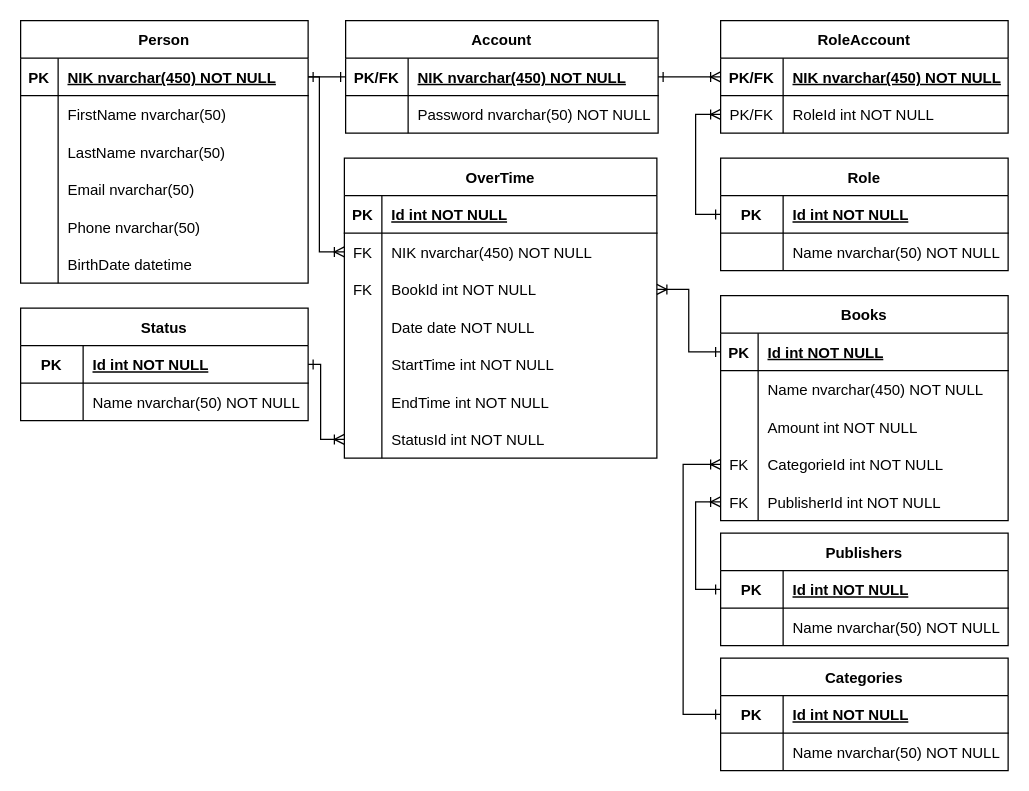
This is Untitled Diagram.drawio from Abror-1221/TestGitHub, a draw.io file, before an edit. Source tidied: cells renumbered, new cells numbered last; positions are measured from the earlier drawing's top-left corner, leaving out a move shared by most shapes. Both pictures are drawn from the tidied source at 125%, with x=0, y=0 at pixel (20, 20).
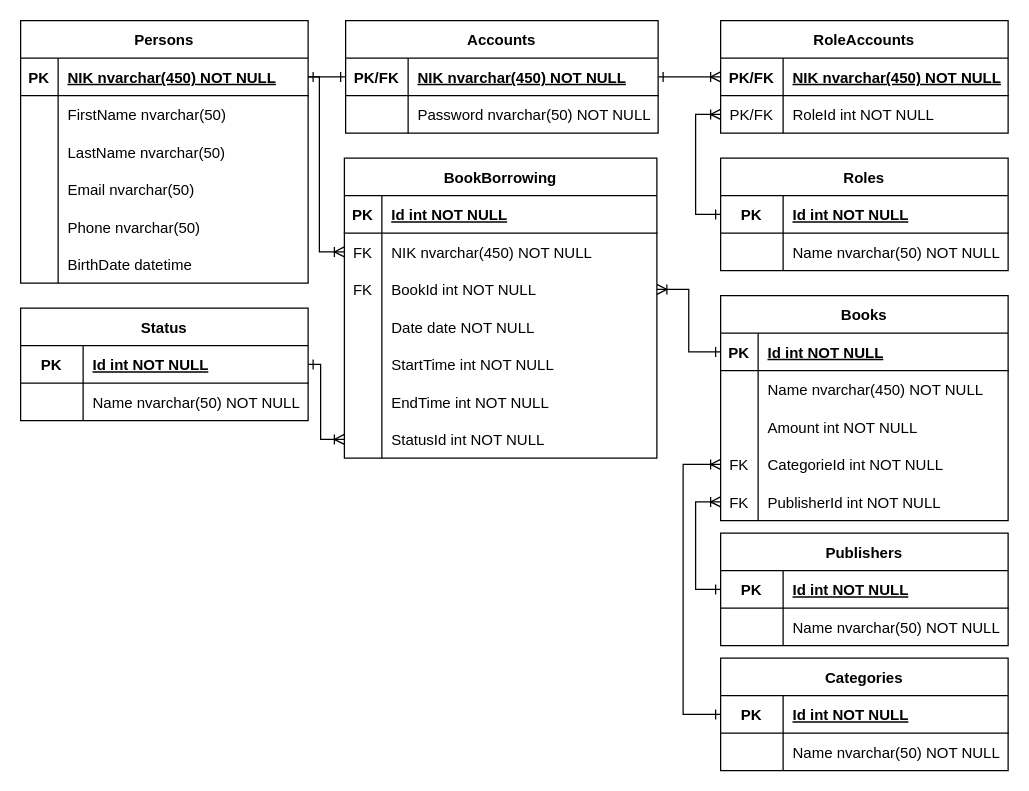
After the change.

Commit message:
Update Peminjaman Buku 2 Diagram.drawio

The edit, as a diff of the source:
```diff
@@
-    <mxCell id="4" value="Account" style="shape=table;startSize=30;childLayout=tableLayout;rowLines=0;fontStyle=1;align=center;" parent="1" vertex="1">
+    <mxCell id="4" value="Accounts" style="shape=table;startSize=30;childLayout=tableLayout;rowLines=0;fontStyle=1;align=center;" parent="1" vertex="1">
       <mxGeometry x="260" width="250" height="90" as="geometry" />
     </mxCell>
@@
-    <mxCell id="11" value="RoleAccount" style="shape=table;startSize=30;childLayout=tableLayout;rowLines=0;fontStyle=1;align=center;" parent="1" vertex="1">
+    <mxCell id="11" value="RoleAccounts" style="shape=table;startSize=30;childLayout=tableLayout;rowLines=0;fontStyle=1;align=center;" parent="1" vertex="1">
       <mxGeometry x="560" width="230" height="90" as="geometry" />
     </mxCell>
@@
-    <mxCell id="18" value="Person" style="shape=table;startSize=30;childLayout=tableLayout;rowLines=0;fontStyle=1;align=center;" parent="1" vertex="1">
+    <mxCell id="18" value="Persons" style="shape=table;startSize=30;childLayout=tableLayout;rowLines=0;fontStyle=1;align=center;" parent="1" vertex="1">
       <mxGeometry width="230" height="210" as="geometry" />
     </mxCell>
@@
-    <mxCell id="37" value="OverTime" style="shape=table;startSize=30;childLayout=tableLayout;rowLines=0;fontStyle=1;align=center;" parent="1" vertex="1">
+    <mxCell id="37" value="BookBorrowing" style="shape=table;startSize=30;childLayout=tableLayout;rowLines=0;fontStyle=1;align=center;" parent="1" vertex="1">
       <mxGeometry x="259" y="110" width="250" height="240" as="geometry" />
     </mxCell>
@@
-    <mxCell id="59" value="Role" style="shape=table;startSize=30;childLayout=tableLayout;rowLines=0;fontStyle=1;align=center;" parent="1" vertex="1">
+    <mxCell id="59" value="Roles" style="shape=table;startSize=30;childLayout=tableLayout;rowLines=0;fontStyle=1;align=center;" parent="1" vertex="1">
       <mxGeometry x="560" y="110" width="230" height="90" as="geometry" />
     </mxCell>
```
